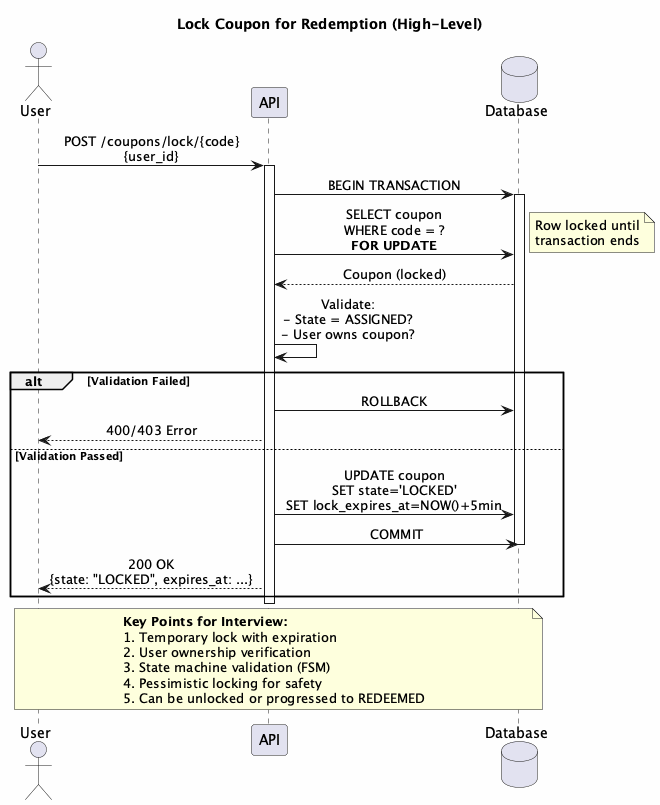
Above: docs/diagrams/exported/png/Lock-Coupon.png in pepenotti/qurable-tech-challenge (PlantUML), before the change.
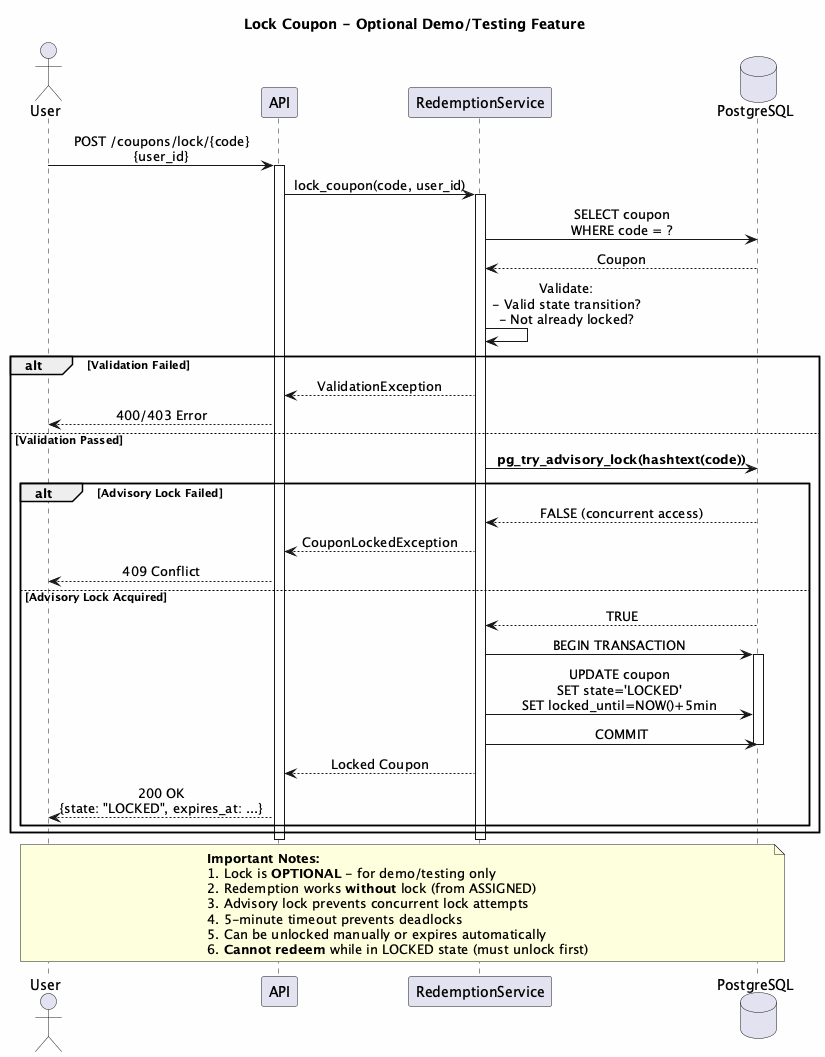
After the change.

The edit, as a diff of the source:
```diff
@@ -2,48 +2,62 @@
 skinparam backgroundColor #FEFEFE
 skinparam sequenceMessageAlign center
 
-title Lock Coupon for Redemption (High-Level)
+title Lock Coupon - Optional Demo/Testing Feature
 
 actor User
 participant "API" as API
-database "Database" as DB
+participant "RedemptionService" as Service
+database "PostgreSQL" as DB
 
 User -> API : POST /coupons/lock/{code}\n{user_id}
 activate API
 
-API -> DB : BEGIN TRANSACTION
-activate DB
+API -> Service : lock_coupon(code, user_id)
+activate Service
 
-API -> DB : SELECT coupon\nWHERE code = ?\n**FOR UPDATE**
-note right
-  Row locked until
-  transaction ends
-end note
+Service -> DB : SELECT coupon\nWHERE code = ?
 
-DB --> API : Coupon (locked)
+DB --> Service : Coupon
 
-API -> API : Validate:\n- State = ASSIGNED?\n- User owns coupon?
+Service -> Service : Validate:\n- Valid state transition?\n- Not already locked?
 
 alt Validation Failed
-    API -> DB : ROLLBACK
+    Service --> API : ValidationException
     API --> User : 400/403 Error
 else Validation Passed
-    API -> DB : UPDATE coupon\nSET state='LOCKED'\nSET lock_expires_at=NOW()+5min
+    Service -> DB : **pg_try_advisory_lock(hashtext(code))**
 
-    API -> DB : COMMIT
-    deactivate DB
+    alt Advisory Lock Failed
+        DB --> Service : FALSE (concurrent access)
+        Service --> API : CouponLockedException
+        API --> User : 409 Conflict
+    else Advisory Lock Acquired
+        DB --> Service : TRUE
 
-    API --> User : 200 OK\n{state: "LOCKED", expires_at: ...}
+        Service -> DB : BEGIN TRANSACTION
+        activate DB
+
+        Service -> DB : UPDATE coupon\nSET state='LOCKED'\nSET locked_until=NOW()+5min
+
+        Service -> DB : COMMIT
+        deactivate DB
+
+        Service --> API : Locked Coupon
+        API --> User : 200 OK\n{state: "LOCKED", expires_at: ...}
+    end
 end
+
+deactivate Service
 deactivate API
 
 note over User, DB
-  **Key Points for Interview:**
-  1. Temporary lock with expiration
-  2. User ownership verification
-  3. State machine validation (FSM)
-  4. Pessimistic locking for safety
-  5. Can be unlocked or progressed to REDEEMED
+  **Important Notes:**
+  1. Lock is **OPTIONAL** - for demo/testing only
+  2. Redemption works **without** lock (from ASSIGNED)
+  3. Advisory lock prevents concurrent lock attempts
+  4. 5-minute timeout prevents deadlocks
+  5. Can be unlocked manually or expires automatically
+  6. **Cannot redeem** while in LOCKED state (must unlock first)
 end note
 
 @enduml
```
